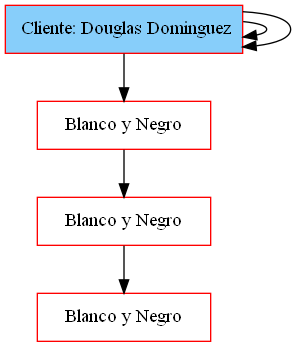
The Graphviz diagram clientesespera.png in hugosmhd/EDD_UDRAWING_202002793, before a commit. Its source is kept beside it as clientesespera.dot.
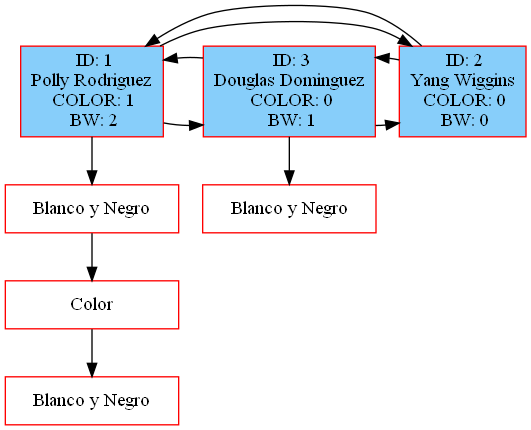
The same diagram one commit later.

Diff of the diagram source:
```diff
@@ -1,13 +1,21 @@
 digraph G {
 node[shape=box, color=red];
-nodo2133927002[label=" Cliente: Douglas Dominguez" , style = filled, fillcolor = lightskyblue, group = 1]
-nodo312714112[label="Blanco y Negro" ,width = 1.8, group = 1]
-nodo2125039532[label="Blanco y Negro" ,width = 1.8, group = 1]
-nodo621009875[label="Blanco y Negro" ,width = 1.8, group = 1]
-nodo2133927002 -> nodo2133927002;
-nodo2133927002 -> nodo2133927002;
-nodo2133927002 -> nodo312714112;
-nodo312714112 -> nodo2125039532;
-nodo2125039532 -> nodo621009875;
-{ rank = same; nodo2133927002;  }
+nodo1846274136[label=" ID: 1\nPolly Rodriguez\n COLOR: 1\n BW: 2" , style = filled, fillcolor = lightskyblue, group = 1]
+nodo1360875712[label="Blanco y Negro" ,width = 1.8, group = 1]
+nodo1625635731[label="Color" ,width = 1.8, group = 1]
+nodo1580066828[label="Blanco y Negro" ,width = 1.8, group = 1]
+nodo1639705018[label=" ID: 3\nDouglas Dominguez\n COLOR: 0\n BW: 1" , style = filled, fillcolor = lightskyblue, group = 2]
+nodo491044090[label="Blanco y Negro" ,width = 1.8, group = 2]
+nodo1627674070[label=" ID: 2\nYang Wiggins\n COLOR: 0\n BW: 0" , style = filled, fillcolor = lightskyblue, group = 3]
+nodo1846274136 -> nodo1639705018;
+nodo1846274136 -> nodo1627674070;
+nodo1846274136 -> nodo1360875712;
+nodo1360875712 -> nodo1625635731;
+nodo1625635731 -> nodo1580066828;
+nodo1639705018 -> nodo1627674070;
+nodo1639705018 -> nodo1846274136;
+nodo1639705018 -> nodo491044090;
+nodo1627674070 -> nodo1846274136;
+nodo1627674070 -> nodo1639705018;
+{ rank = same; nodo1846274136; nodo1639705018; nodo1627674070;  }
 }
```
